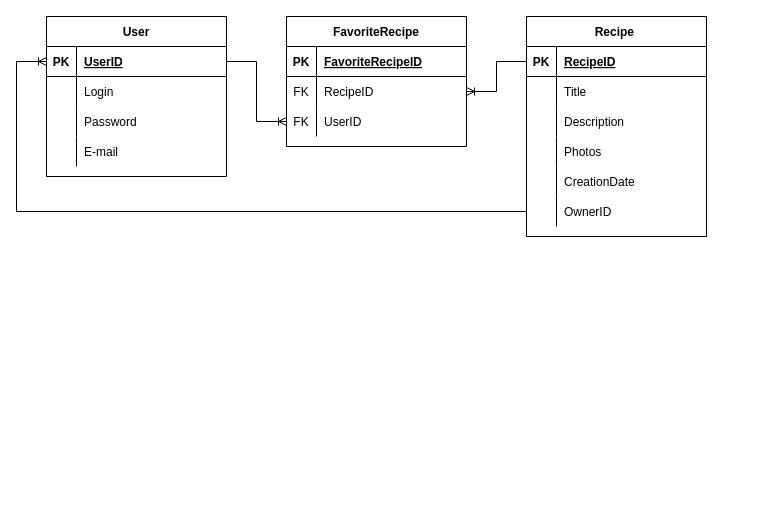
Earlier version of the draw.io diagram page "ERD" (1 of 9) of Resourses/PelmenaraUML.drawio (KoinGG/Pelmenara). Source tidied: cells renumbered, new cells numbered last; positions are measured from the earlier drawing's top-left corner, leaving out a move shared by most shapes. Both pictures are drawn from the tidied source at 100%, with x=0, y=0 at pixel (16, 16).
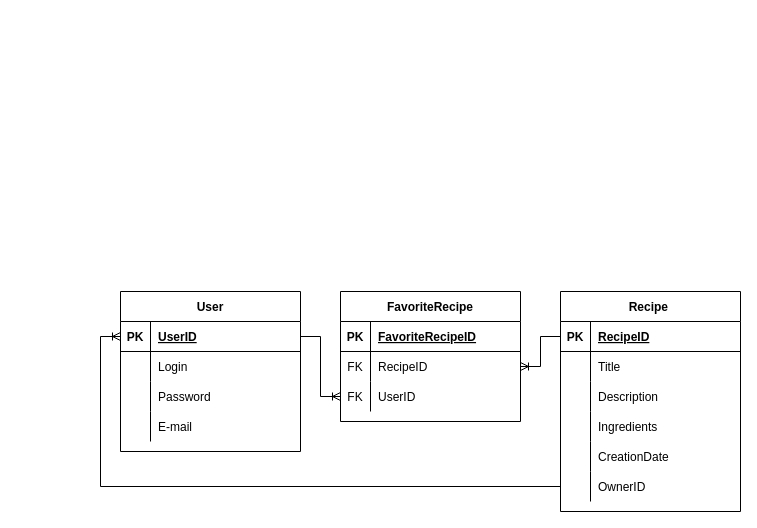
After the change.

The change refers to these unchanged cells:
```xml
<mxCell id="3" style="shape=tableRow;horizontal=0;startSize=0;swimlaneHead=0;swimlaneBody=0;fillColor=none;points=[[0,0.5],[1,0.5]];portConstraint=eastwest;top=0;left=0;right=0;bottom=1;" parent="2" vertex="1">
  <mxGeometry y="30" width="180" height="30" as="geometry" />
</mxCell>
<mxCell id="25" style="shape=tableRow;horizontal=0;startSize=0;swimlaneHead=0;swimlaneBody=0;fillColor=none;top=0;left=0;right=0;bottom=0;" parent="15" vertex="1">
  <mxGeometry y="120" width="180" height="30" as="geometry" />
</mxCell>
<mxCell id="31" style="shape=tableRow;horizontal=0;startSize=0;swimlaneHead=0;swimlaneBody=0;fillColor=none;points=[[0,0.5],[1,0.5]];portConstraint=eastwest;top=0;left=0;right=0;bottom=0;" parent="15" vertex="1">
  <mxGeometry y="180" width="180" height="30" as="geometry" />
</mxCell>
<mxCell id="41" style="shape=tableRow;horizontal=0;startSize=0;swimlaneHead=0;swimlaneBody=0;fillColor=none;points=[[0,0.5],[1,0.5]];portConstraint=eastwest;top=0;left=0;right=0;bottom=0;" parent="34" vertex="1">
  <mxGeometry y="90" width="180" height="30" as="geometry" />
</mxCell>
```

The edit, as a diff of the source:
```diff
@@
     <mxCell id="2" value="User" style="shape=table;startSize=30;childLayout=tableLayout;rowLines=0;fontStyle=1;align=center;" parent="1" vertex="1">
-      <mxGeometry x="30" width="180" height="160" as="geometry" />
+      <mxGeometry x="104" y="275" width="180" height="160" as="geometry" />
     </mxCell>
@@
     <mxCell id="15" value="Recipe " style="shape=table;startSize=30;childLayout=tableLayout;rowLines=0;fontStyle=1;align=center;" parent="1" vertex="1">
-      <mxGeometry x="510" width="180" height="220" as="geometry" />
+      <mxGeometry x="544" y="275" width="180" height="220" as="geometry" />
     </mxCell>
@@
-    <mxCell id="27" value="Photos" style="shape=partialRectangle;fillColor=none;top=0;left=0;bottom=0;right=0;align=left;spacingLeft=6;overflow=hidden;" parent="25" vertex="1">
-      <mxGeometry x="30" width="150" height="30" as="geometry" />
-    </mxCell>
+    <mxCell id="47" value="Ingredients " style="shape=partialRectangle;fillColor=none;top=0;left=0;bottom=0;right=0;align=left;spacingLeft=6;overflow=hidden;" parent="25" vertex="1">
+      <mxGeometry x="30" width="150" height="30" as="geometry" />
+    </mxCell>
@@
     <mxCell id="34" value="FavoriteRecipe" style="shape=table;startSize=30;childLayout=tableLayout;rowLines=0;fontStyle=1;align=center;" parent="1" vertex="1">
-      <mxGeometry x="270" width="180" height="130" as="geometry" />
+      <mxGeometry x="324" y="275" width="180" height="130" as="geometry" />
     </mxCell>
@@
     <mxCell id="44" style="edgeStyle=orthogonalEdgeStyle;fontSize=12;html=1;endArrow=ERoneToMany;rounded=0;" parent="1" edge="1" source="3" target="41">
       <mxGeometry relative="1" as="geometry">
         <Array as="points">
-          <mxPoint x="240" y="45" />
-          <mxPoint x="240" y="105" />
+          <mxPoint x="304" y="320" />
+          <mxPoint x="304" y="380" />
         </Array>
       </mxGeometry>
     </mxCell>
@@
-    <mxCell id="46" style="edgeStyle=orthogonalEdgeStyle;fontSize=12;html=1;endArrow=ERoneToMany;rounded=0;" parent="1" edge="1" source="31" target="3">
+    <mxCell id="46" style="fontSize=12;html=1;endArrow=ERoneToMany;rounded=0;edgeStyle=orthogonalEdgeStyle;" parent="1" edge="1" source="31" target="3">
       <mxGeometry relative="1" as="geometry">
         <Array as="points">
-          <mxPoint y="195" />
-          <mxPoint y="45" />
+          <mxPoint x="84" y="470" />
+          <mxPoint x="84" y="320" />
         </Array>
       </mxGeometry>
     </mxCell>
```
